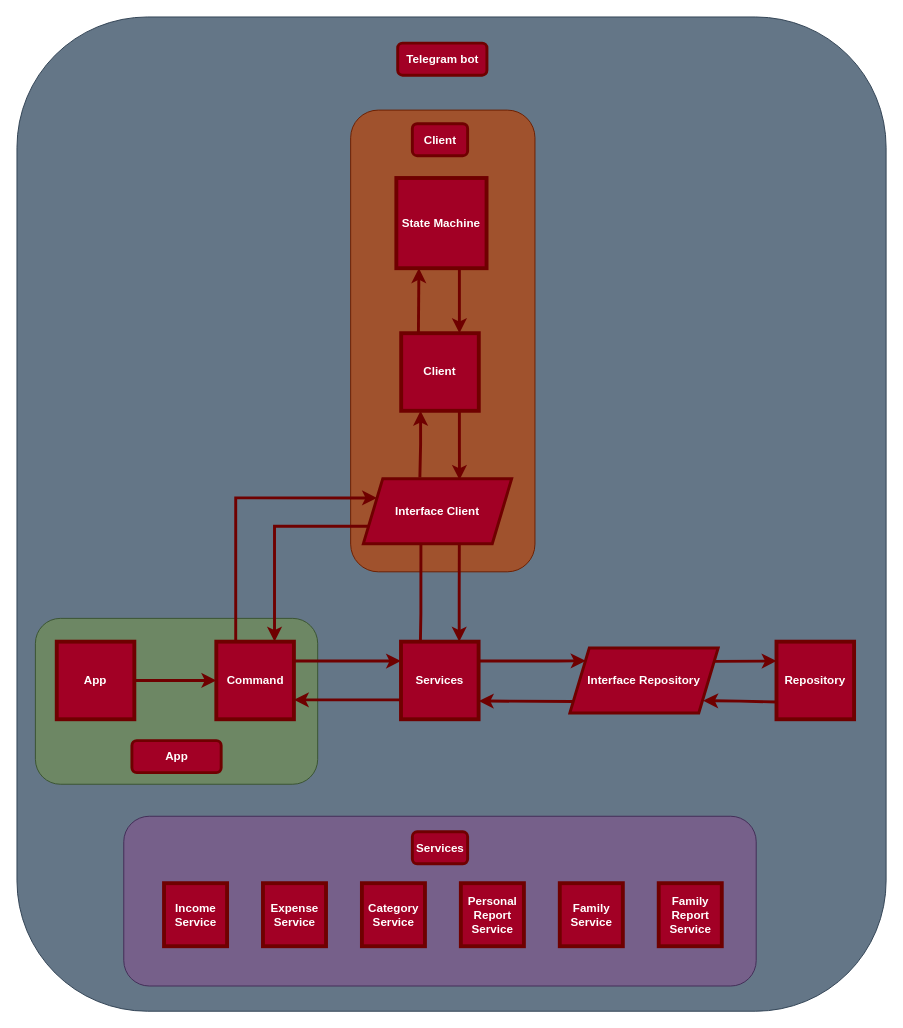
Above: tg_financial_bot.drawio in CBeredIOk/financial_bot (draw.io), before the change. Source tidied: cells renumbered, new cells numbered last; positions are measured from the earlier drawing's top-left corner, leaving out a move shared by most shapes. Both pictures are drawn from the tidied source at 97%, with x=0, y=0 at pixel (16, 16).
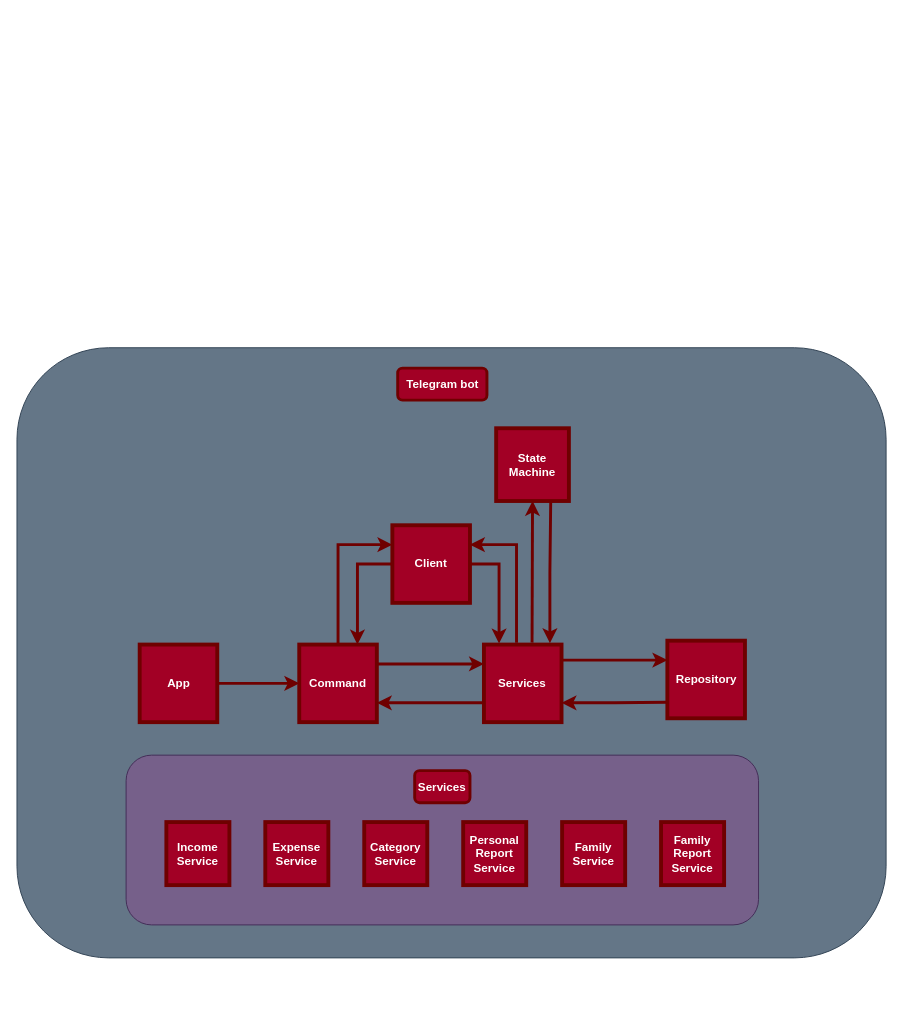
After the change.

Diff of the diagram source:
```diff
@@
     <mxCell id="3" style="rounded=1;whiteSpace=wrap;html=1;fillColor=#647687;fontColor=#ffffff;strokeColor=#314354;" parent="1" vertex="1">
-      <mxGeometry width="896" height="1025" as="geometry" />
+      <mxGeometry y="341" width="896" height="629" as="geometry" />
     </mxCell>
-    <mxCell id="4" style="rounded=1;whiteSpace=wrap;html=1;fillColor=#a0522d;strokeColor=#6D1F00;fontColor=#ffffff;" parent="1" vertex="1">
-      <mxGeometry x="344" y="96" width="190" height="476" as="geometry" />
-    </mxCell>
-    <mxCell id="5" style="rounded=1;whiteSpace=wrap;html=1;fillColor=#6d8764;strokeColor=#3A5431;fontColor=#ffffff;" parent="1" vertex="1">
-      <mxGeometry x="19" y="620" width="291" height="171" as="geometry" />
-    </mxCell>
     <mxCell id="6" style="rounded=1;whiteSpace=wrap;html=1;fillColor=#76608a;strokeColor=#432D57;fontColor=#ffffff;" parent="1" vertex="1">
-      <mxGeometry x="110.1" y="824" width="652" height="175" as="geometry" />
+      <mxGeometry x="112.5" y="761" width="652" height="175" as="geometry" />
     </mxCell>
     <mxCell id="7" value="&lt;b&gt;Repository&lt;/b&gt;" style="whiteSpace=wrap;html=1;fillColor=#a20025;strokeColor=#6F0000;fontColor=#ffffff;strokeWidth=4;" parent="1" vertex="1">
-      <mxGeometry x="783" y="644" width="80" height="80" as="geometry" />
+      <mxGeometry x="670.5" y="643" width="80" height="80" as="geometry" />
     </mxCell>
@@
     <mxCell id="9" value="&lt;b&gt;App&lt;/b&gt;" style="whiteSpace=wrap;html=1;fillColor=#a20025;strokeColor=#6F0000;fontColor=#ffffff;strokeWidth=4;" parent="1" vertex="1">
-      <mxGeometry x="41" y="644" width="80" height="80" as="geometry" />
+      <mxGeometry x="126.5" y="647" width="80" height="80" as="geometry" />
     </mxCell>
     <mxCell id="10" value="&lt;b&gt;Services&lt;/b&gt;" style="rounded=1;whiteSpace=wrap;html=1;fillColor=#a20025;fontColor=#ffffff;strokeColor=#6F0000;strokeWidth=3;" parent="1" vertex="1">
-      <mxGeometry x="407.6" y="840" width="57" height="33" as="geometry" />
+      <mxGeometry x="410" y="777" width="57" height="33" as="geometry" />
     </mxCell>
     <mxCell id="11" value="&lt;b&gt;Telegram bot&lt;/b&gt;" style="rounded=1;whiteSpace=wrap;html=1;fillColor=#a20025;fontColor=#ffffff;strokeColor=#6F0000;strokeWidth=3;" parent="1" vertex="1">
-      <mxGeometry x="392.5" y="27" width="92" height="33" as="geometry" />
+      <mxGeometry x="392.5" y="362" width="92" height="33" as="geometry" />
     </mxCell>
     <mxCell id="12" value="&lt;b&gt;Income Service&lt;/b&gt;" style="whiteSpace=wrap;html=1;fillColor=#a20025;strokeColor=#6F0000;fontColor=#ffffff;strokeWidth=4;" parent="1" vertex="1">
-      <mxGeometry x="151.6" y="893" width="65" height="65" as="geometry" />
+      <mxGeometry x="154" y="830" width="65" height="65" as="geometry" />
     </mxCell>
     <mxCell id="13" value="&lt;b&gt;Expense Service&lt;/b&gt;" style="whiteSpace=wrap;html=1;fillColor=#a20025;strokeColor=#6F0000;fontColor=#ffffff;strokeWidth=4;" parent="1" vertex="1">
-      <mxGeometry x="253.6" y="893" width="65" height="65" as="geometry" />
+      <mxGeometry x="256" y="830" width="65" height="65" as="geometry" />
     </mxCell>
     <mxCell id="14" value="&lt;b style=&quot;border-color: var(--border-color);&quot;&gt;Category Service&lt;/b&gt;" style="whiteSpace=wrap;html=1;fillColor=#a20025;strokeColor=#6F0000;fontColor=#ffffff;strokeWidth=4;" parent="1" vertex="1">
-      <mxGeometry x="355.6" y="893" width="65" height="65" as="geometry" />
+      <mxGeometry x="358" y="830" width="65" height="65" as="geometry" />
     </mxCell>
     <mxCell id="15" value="&lt;b style=&quot;border-color: var(--border-color);&quot;&gt;Personal Report Service&lt;/b&gt;" style="whiteSpace=wrap;html=1;fillColor=#a20025;strokeColor=#6F0000;fontColor=#ffffff;strokeWidth=4;" parent="1" vertex="1">
-      <mxGeometry x="457.6" y="893" width="65" height="65" as="geometry" />
+      <mxGeometry x="460" y="830" width="65" height="65" as="geometry" />
     </mxCell>
     <mxCell id="16" value="&lt;b style=&quot;border-color: var(--border-color);&quot;&gt;Family Report Service&lt;/b&gt;" style="whiteSpace=wrap;html=1;fillColor=#a20025;strokeColor=#6F0000;fontColor=#ffffff;strokeWidth=4;" parent="1" vertex="1">
-      <mxGeometry x="661.6" y="893" width="65" height="65" as="geometry" />
+      <mxGeometry x="664" y="830" width="65" height="65" as="geometry" />
     </mxCell>
     <mxCell id="17" value="&lt;b style=&quot;border-color: var(--border-color);&quot;&gt;Family Service&lt;/b&gt;" style="whiteSpace=wrap;html=1;fillColor=#a20025;strokeColor=#6F0000;fontColor=#ffffff;strokeWidth=4;" parent="1" vertex="1">
-      <mxGeometry x="559.6" y="893" width="65" height="65" as="geometry" />
+      <mxGeometry x="562" y="830" width="65" height="65" as="geometry" />
     </mxCell>
-    <mxCell id="18" style="edgeStyle=orthogonalEdgeStyle;rounded=0;jettySize=auto;html=1;exitX=1;exitY=0.25;exitDx=0;exitDy=0;entryX=0.106;entryY=0.198;entryDx=0;entryDy=0;fillColor=#a20025;strokeColor=#6F0000;strokeWidth=3;endArrow=classic;endFill=1;entryPerimeter=0;" parent="1" edge="1" source="32" target="30">
+    <mxCell id="18" style="edgeStyle=orthogonalEdgeStyle;rounded=0;jettySize=auto;html=1;exitX=1;exitY=0.25;exitDx=0;exitDy=0;fillColor=#a20025;strokeColor=#6F0000;strokeWidth=3;endArrow=classic;endFill=1;entryX=0;entryY=0.25;entryDx=0;entryDy=0;" parent="1" edge="1" source="32" target="7">
       <mxGeometry relative="1" as="geometry">
         <Array as="points">
-          <mxPoint x="558" y="664" />
+          <mxPoint x="561.5" y="663" />
         </Array>
       </mxGeometry>
     </mxCell>
-    <mxCell id="19" style="endArrow=classic;html=1;rounded=0;exitX=0.974;exitY=0.207;exitDx=0;exitDy=0;entryX=0;entryY=0.25;entryDx=0;entryDy=0;fillColor=#a20025;strokeColor=#6F0000;strokeWidth=3;exitPerimeter=0;" parent="1" edge="1" source="30">
-      <mxGeometry relative="1" as="geometry">
-        <mxPoint x="783.1" y="664" as="targetPoint" />
-      </mxGeometry>
-    </mxCell>
@@
-    <mxCell id="21" style="edgeStyle=orthogonalEdgeStyle;rounded=0;jettySize=auto;html=1;exitX=0.25;exitY=0;exitDx=0;exitDy=0;startArrow=none;startFill=0;endArrow=classic;endFill=1;fillColor=#a20025;strokeColor=#6F0000;strokeWidth=3;entryX=0;entryY=0.25;entryDx=0;entryDy=0;" parent="1" edge="1" source="22" target="26">
-      <mxGeometry relative="1" as="geometry">
-        <Array as="points">
-          <mxPoint x="226" y="496" />
-        </Array>
-      </mxGeometry>
+    <mxCell id="21" style="edgeStyle=orthogonalEdgeStyle;rounded=0;jettySize=auto;html=1;exitX=0.5;exitY=0;exitDx=0;exitDy=0;startArrow=none;startFill=0;endArrow=classic;endFill=1;fillColor=#a20025;strokeColor=#6F0000;strokeWidth=3;entryX=0;entryY=0.25;entryDx=0;entryDy=0;" parent="1" edge="1" source="22" target="24">
+      <mxGeometry relative="1" as="geometry" />
     </mxCell>
     <mxCell id="22" value="&lt;b&gt;Command&lt;/b&gt;" style="whiteSpace=wrap;html=1;fillColor=#a20025;strokeColor=#6F0000;fontColor=#ffffff;strokeWidth=4;" parent="1" vertex="1">
-      <mxGeometry x="205.5" y="644" width="80" height="80" as="geometry" />
+      <mxGeometry x="291" y="647" width="80" height="80" as="geometry" />
     </mxCell>
-    <mxCell id="23" style="edgeStyle=orthogonalEdgeStyle;rounded=0;jettySize=auto;html=1;entryX=0.25;entryY=1;entryDx=0;entryDy=0;fillColor=#a20025;strokeColor=#6F0000;strokeWidth=3;exitX=0.222;exitY=-0.001;exitDx=0;exitDy=0;exitPerimeter=0;" parent="1" edge="1" source="24" target="25">
-      <mxGeometry relative="1" as="geometry">
-        <Array as="points">
-          <mxPoint x="414.1" y="326" />
-        </Array>
-      </mxGeometry>
-    </mxCell>
+    <mxCell id="40" style="edgeStyle=orthogonalEdgeStyle;rounded=0;jettySize=auto;html=1;exitX=1;exitY=0.25;exitDx=0;exitDy=0;entryX=0.42;entryY=-0.023;entryDx=0;entryDy=0;fillColor=#a20025;strokeColor=#6F0000;strokeWidth=3;startArrow=classic;startFill=1;endArrow=none;endFill=0;entryPerimeter=0;" parent="1" edge="1" source="24" target="32">
+      <mxGeometry relative="1" as="geometry" />
+    </mxCell>
     <mxCell id="24" value="&lt;b&gt;Client&lt;/b&gt;" style="whiteSpace=wrap;html=1;fillColor=#a20025;strokeColor=#6F0000;fontColor=#ffffff;strokeWidth=4;" parent="1" vertex="1">
-      <mxGeometry x="396.1" y="326" width="80" height="80" as="geometry" />
+      <mxGeometry x="387" y="524" width="80" height="80" as="geometry" />
     </mxCell>
     <mxCell id="25" value="&lt;b&gt;State Machine&lt;/b&gt;" style="whiteSpace=wrap;html=1;fillColor=#a20025;strokeColor=#6F0000;fontColor=#ffffff;strokeWidth=4;" parent="1" vertex="1">
-      <mxGeometry x="391.1" y="166" width="93" height="93" as="geometry" />
+      <mxGeometry x="494" y="424" width="75" height="75" as="geometry" />
     </mxCell>
-    <mxCell id="26" value="&lt;b style=&quot;border-color: var(--border-color);&quot;&gt;Interface Client&lt;br&gt;&lt;/b&gt;" style="shape=parallelogram;perimeter=parallelogramPerimeter;whiteSpace=wrap;html=1;fixedSize=1;fillColor=#a20025;fontColor=#ffffff;strokeColor=#6F0000;strokeWidth=3;" parent="1" vertex="1">
-      <mxGeometry x="357.1" y="476" width="152.9" height="67" as="geometry" />
-    </mxCell>
-    <mxCell id="27" value="&lt;b&gt;App&lt;/b&gt;" style="rounded=1;whiteSpace=wrap;html=1;fillColor=#a20025;fontColor=#ffffff;strokeColor=#6F0000;strokeWidth=3;" parent="1" vertex="1">
-      <mxGeometry x="118.5" y="746" width="92" height="33" as="geometry" />
-    </mxCell>
-    <mxCell id="28" style="edgeStyle=orthogonalEdgeStyle;rounded=0;orthogonalLoop=1;jettySize=auto;html=1;fillColor=#a20025;strokeColor=#6F0000;strokeWidth=3;endArrow=none;endFill=0;startArrow=classic;startFill=1;" parent="1" edge="1">
-      <mxGeometry relative="1" as="geometry">
-        <mxPoint x="456.1" y="326" as="sourcePoint" />
-        <mxPoint x="456.1" y="260" as="targetPoint" />
-        <Array as="points">
-          <mxPoint x="456.1" y="259" />
-        </Array>
-      </mxGeometry>
-    </mxCell>
-    <mxCell id="29" value="&lt;b&gt;Client&lt;/b&gt;" style="rounded=1;whiteSpace=wrap;html=1;fillColor=#a20025;fontColor=#ffffff;strokeColor=#6F0000;strokeWidth=3;" parent="1" vertex="1">
-      <mxGeometry x="407.6" y="110" width="57" height="33" as="geometry" />
-    </mxCell>
-    <mxCell id="30" value="&lt;b style=&quot;border-color: var(--border-color);&quot;&gt;Interface&amp;nbsp;&lt;b style=&quot;border-color: var(--border-color);&quot;&gt;Repository&lt;/b&gt;&lt;br&gt;&lt;/b&gt;" style="shape=parallelogram;perimeter=parallelogramPerimeter;whiteSpace=wrap;html=1;fixedSize=1;fillColor=#a20025;fontColor=#ffffff;strokeColor=#6F0000;strokeWidth=3;" parent="1" vertex="1">
-      <mxGeometry x="570" y="650.5" width="152.9" height="67" as="geometry" />
-    </mxCell>
@@
+    <mxCell id="41" style="edgeStyle=orthogonalEdgeStyle;rounded=0;jettySize=auto;html=1;exitX=0.195;exitY=-0.013;exitDx=0;exitDy=0;entryX=1;entryY=0.5;entryDx=0;entryDy=0;fillColor=#a20025;strokeColor=#6F0000;strokeWidth=3;startArrow=classic;startFill=1;endArrow=none;endFill=0;exitPerimeter=0;" parent="1" edge="1" source="32" target="24">
+      <mxGeometry relative="1" as="geometry" />
+    </mxCell>
     <mxCell id="32" value="&lt;b&gt;Services&lt;/b&gt;" style="whiteSpace=wrap;html=1;fillColor=#a20025;strokeColor=#6F0000;fontColor=#ffffff;strokeWidth=4;" parent="1" vertex="1">
-      <mxGeometry x="395.9" y="644" width="80" height="80" as="geometry" />
+      <mxGeometry x="481.4" y="647" width="80" height="80" as="geometry" />
     </mxCell>
-    <mxCell id="33" style="edgeStyle=orthogonalEdgeStyle;rounded=0;jettySize=auto;html=1;exitX=0.25;exitY=1;exitDx=0;exitDy=0;entryX=0.381;entryY=-0.018;entryDx=0;entryDy=0;entryPerimeter=0;startArrow=classic;startFill=1;endArrow=none;endFill=0;strokeWidth=3;fillColor=#a20025;strokeColor=#6F0000;" parent="1" edge="1" source="24" target="26">
-      <mxGeometry relative="1" as="geometry" />
-    </mxCell>
-    <mxCell id="34" style="edgeStyle=orthogonalEdgeStyle;rounded=0;jettySize=auto;html=1;exitX=0.75;exitY=1;exitDx=0;exitDy=0;entryX=0.648;entryY=0.019;entryDx=0;entryDy=0;entryPerimeter=0;strokeWidth=3;fillColor=#a20025;strokeColor=#6F0000;" parent="1" edge="1" source="24" target="26">
-      <mxGeometry relative="1" as="geometry" />
-    </mxCell>
-    <mxCell id="35" style="edgeStyle=orthogonalEdgeStyle;rounded=0;jettySize=auto;html=1;exitX=0.75;exitY=0;exitDx=0;exitDy=0;entryX=0.647;entryY=0.992;entryDx=0;entryDy=0;entryPerimeter=0;fillColor=#a20025;strokeColor=#6F0000;strokeWidth=3;startArrow=classic;startFill=1;endArrow=none;endFill=0;" parent="1" edge="1" source="32" target="26">
-      <mxGeometry relative="1" as="geometry" />
-    </mxCell>
-    <mxCell id="36" style="edgeStyle=orthogonalEdgeStyle;rounded=0;jettySize=auto;html=1;exitX=0.75;exitY=0;exitDx=0;exitDy=0;fillColor=#a20025;strokeColor=#6F0000;strokeWidth=3;startArrow=classic;startFill=1;endArrow=none;endFill=0;entryX=0;entryY=0.75;entryDx=0;entryDy=0;" parent="1" edge="1" source="22" target="26">
-      <mxGeometry relative="1" as="geometry">
-        <Array as="points">
-          <mxPoint x="266" y="525" />
-        </Array>
-      </mxGeometry>
+    <mxCell id="36" style="edgeStyle=orthogonalEdgeStyle;rounded=0;jettySize=auto;html=1;exitX=0.75;exitY=0;exitDx=0;exitDy=0;fillColor=#a20025;strokeColor=#6F0000;strokeWidth=3;startArrow=classic;startFill=1;endArrow=none;endFill=0;entryX=0;entryY=0.5;entryDx=0;entryDy=0;" parent="1" edge="1" source="22" target="24">
+      <mxGeometry relative="1" as="geometry" />
     </mxCell>
-    <mxCell id="37" style="edgeStyle=orthogonalEdgeStyle;rounded=0;jettySize=auto;html=1;fillColor=#a20025;strokeColor=#6F0000;strokeWidth=3;endArrow=none;endFill=0;exitX=1;exitY=0.75;exitDx=0;exitDy=0;startArrow=classic;startFill=1;entryX=0.024;entryY=0.824;entryDx=0;entryDy=0;entryPerimeter=0;" parent="1" edge="1" target="30">
+    <mxCell id="37" style="edgeStyle=orthogonalEdgeStyle;rounded=0;jettySize=auto;html=1;fillColor=#a20025;strokeColor=#6F0000;strokeWidth=3;endArrow=none;endFill=0;startArrow=classic;startFill=1;entryX=-0.004;entryY=0.793;entryDx=0;entryDy=0;exitX=1;exitY=0.75;exitDx=0;exitDy=0;entryPerimeter=0;" parent="1" edge="1" source="32" target="7">
       <mxGeometry relative="1" as="geometry">
-        <mxPoint x="476.1" y="705.2" as="sourcePoint" />
+        <Array as="points">
+          <mxPoint x="616" y="707" />
+        </Array>
       </mxGeometry>
     </mxCell>
-    <mxCell id="38" style="edgeStyle=orthogonalEdgeStyle;rounded=0;jettySize=auto;html=1;fillColor=#a20025;strokeColor=#6F0000;strokeWidth=3;endArrow=none;endFill=0;exitX=1;exitY=0.75;exitDx=0;exitDy=0;startArrow=classic;startFill=1;entryX=0;entryY=0.778;entryDx=0;entryDy=0;entryPerimeter=0;" parent="1" edge="1" target="7">
-      <mxGeometry relative="1" as="geometry">
-        <mxPoint x="707.5" y="704.8" as="sourcePoint" />
-      </mxGeometry>
-    </mxCell>
-    <mxCell id="39" style="edgeStyle=orthogonalEdgeStyle;rounded=0;jettySize=auto;html=1;startArrow=none;startFill=0;endArrow=none;endFill=0;entryX=0.25;entryY=0;entryDx=0;entryDy=0;fillColor=#a20025;strokeColor=#6F0000;strokeWidth=3;exitX=0.388;exitY=1.008;exitDx=0;exitDy=0;exitPerimeter=0;" parent="1" edge="1" source="26" target="32">
-      <mxGeometry relative="1" as="geometry">
-        <Array as="points">
-          <mxPoint x="416" y="615" />
-          <mxPoint x="416" y="615" />
-        </Array>
-      </mxGeometry>
-    </mxCell>
+    <mxCell id="42" style="edgeStyle=orthogonalEdgeStyle;rounded=0;jettySize=auto;html=1;fillColor=#a20025;strokeColor=#6F0000;strokeWidth=3;entryX=0.5;entryY=1;entryDx=0;entryDy=0;" parent="1" edge="1" target="25">
+      <mxGeometry relative="1" as="geometry">
+        <mxPoint x="531" y="645" as="sourcePoint" />
+      </mxGeometry>
+    </mxCell>
+    <mxCell id="43" style="edgeStyle=orthogonalEdgeStyle;rounded=0;jettySize=auto;html=1;exitX=0.85;exitY=-0.018;exitDx=0;exitDy=0;fillColor=#a20025;strokeColor=#6F0000;strokeWidth=3;startArrow=classic;startFill=1;endArrow=none;endFill=0;exitPerimeter=0;entryX=0.75;entryY=1;entryDx=0;entryDy=0;" parent="1" edge="1" source="32" target="25">
+      <mxGeometry relative="1" as="geometry" />
+    </mxCell>
```
